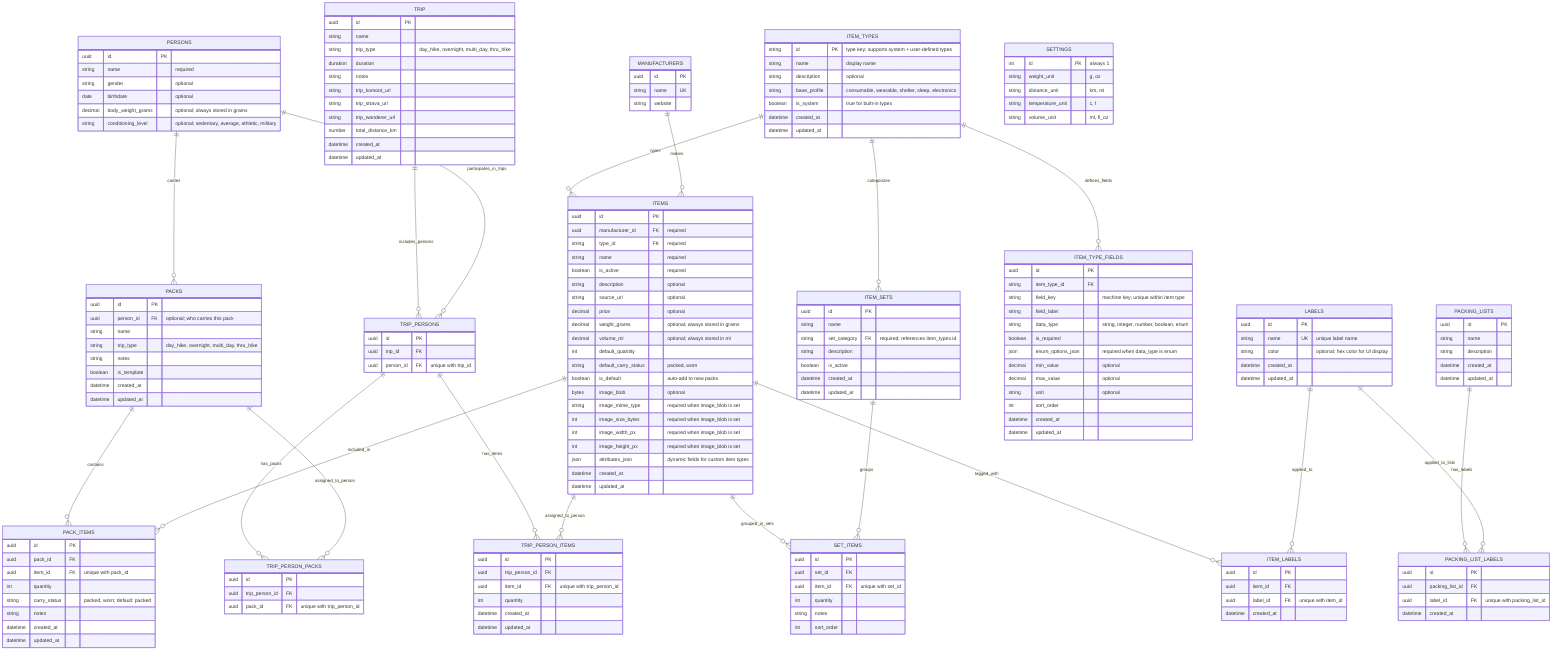
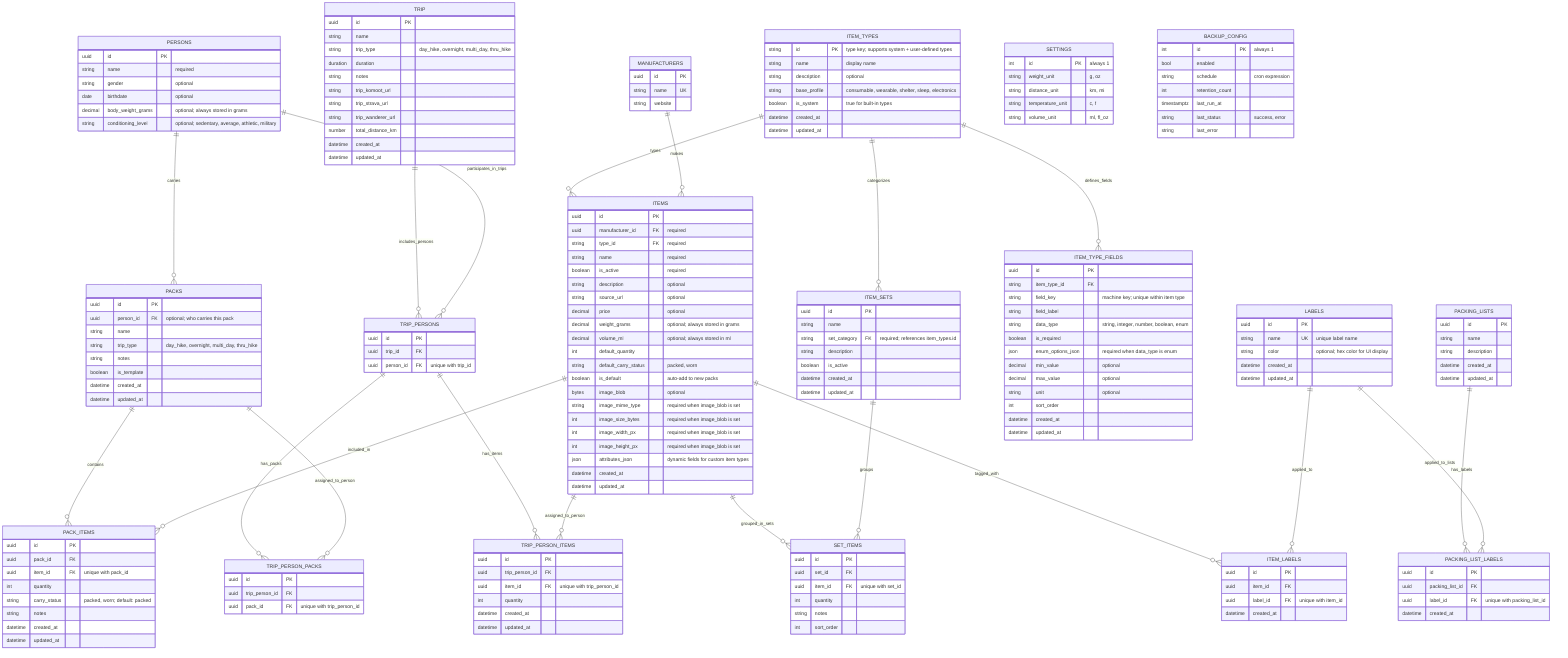

erDiagram
    PACKS ||--o{ PACK_ITEMS : contains
    PERSONS ||--o{ PACKS : carries

    ITEMS ||--o{ PACK_ITEMS : included_in
    ITEMS ||--o{ SET_ITEMS : grouped_in_sets
    ITEMS ||--o{ ITEM_LABELS : tagged_with

    LABELS ||--o{ ITEM_LABELS : applied_to

    ITEM_SETS ||--o{ SET_ITEMS : groups
    ITEM_TYPES ||--o{ ITEM_SETS : categorizes

    ITEM_TYPES ||--o{ ITEMS : types
    ITEM_TYPES ||--o{ ITEM_TYPE_FIELDS : defines_fields
    MANUFACTURERS ||--o{ ITEMS : makes

    TRIP ||--o{ TRIP_PERSONS : includes_persons
    PERSONS ||--o{ TRIP_PERSONS : participates_in_trips

    TRIP_PERSONS ||--o{ TRIP_PERSON_PACKS : has_packs
    PACKS ||--o{ TRIP_PERSON_PACKS : assigned_to_person

    TRIP_PERSONS ||--o{ TRIP_PERSON_ITEMS : has_items
    ITEMS ||--o{ TRIP_PERSON_ITEMS : assigned_to_person

    PACKING_LISTS ||--o{ PACKING_LIST_LABELS : has_labels
    LABELS ||--o{ PACKING_LIST_LABELS : applied_to_lists

    SETTINGS {
        int id PK "always 1"
        string weight_unit "g, oz"
        string distance_unit "km, mi"
        string temperature_unit "c, f"
        string volume_unit "ml, fl_oz"
+     }
+ 
+     BACKUP_CONFIG {
+         int id PK "always 1"
+         bool enabled
+         string schedule "cron expression"
+         int retention_count
+         timestamptz last_run_at
+         string last_status "success, error"
+         string last_error
    }

    PERSONS {
        uuid id PK
        string name "required"
        string gender "optional"
        date birthdate "optional"
        decimal body_weight_grams "optional; always stored in grams"
        string conditioning_level "optional; sedentary, average, athletic, military"
    }

    ITEMS {
        uuid id PK
        uuid manufacturer_id FK "required"
        string type_id FK "required"
        string name "required"
        boolean is_active "required"
        string description "optional"
        string source_url "optional"
        decimal price "optional"
        decimal weight_grams "optional; always stored in grams"
        decimal volume_ml "optional; always stored in ml"
        int default_quantity
        string default_carry_status "packed, worn"
        boolean is_default "auto-add to new packs"
        bytes image_blob "optional"
        string image_mime_type "required when image_blob is set"
        int image_size_bytes "required when image_blob is set"
        int image_width_px "required when image_blob is set"
        int image_height_px "required when image_blob is set"
        json attributes_json "dynamic fields for custom item types"
        datetime created_at
        datetime updated_at
    }

    ITEM_TYPES {
        string id PK "type key; supports system + user-defined types"
        string name "display name"
        string description "optional"
        string base_profile "consumable, wearable, shelter, sleep, electronics"
        boolean is_system "true for built-in types"
        datetime created_at
        datetime updated_at
    }

    ITEM_TYPE_FIELDS {
        uuid id PK
        string item_type_id FK
        string field_key "machine key; unique within item type"
        string field_label
        string data_type "string, integer, number, boolean, enum"
        boolean is_required
        json enum_options_json "required when data_type is enum"
        decimal min_value "optional"
        decimal max_value "optional"
        string unit "optional"
        int sort_order
        datetime created_at
        datetime updated_at
    }

    LABELS {
        uuid id PK
        string name UK "unique label name"
        string color "optional; hex color for UI display"
        datetime created_at
        datetime updated_at
    }

    ITEM_LABELS {
        uuid id PK
        uuid item_id FK
        uuid label_id FK "unique with item_id"
        datetime created_at
    }

    MANUFACTURERS {
        uuid id PK
        string name UK
        string website
    }

    ITEM_SETS {
        uuid id PK
        string name
        string set_category FK "required; references item_types.id"
        string description
        boolean is_active
        datetime created_at
        datetime updated_at
    }

    SET_ITEMS {
        uuid id PK
        uuid set_id FK
        uuid item_id FK "unique with set_id"
        int quantity
        string notes
        int sort_order
    }

    PACKS {
        uuid id PK
        uuid person_id FK "optional; who carries this pack"
        string name
        string trip_type "day_hike, overnight, multi_day, thru_hike"
        string notes
        boolean is_template
        datetime created_at
        datetime updated_at
    }

    PACK_ITEMS {
        uuid id PK
        uuid pack_id FK
        uuid item_id FK "unique with pack_id"
        int quantity
        string carry_status "packed, worn; default: packed"
        string notes
        datetime created_at
        datetime updated_at
    }

    TRIP {
        uuid id PK
        string name
        string trip_type "day_hike, overnight, multi_day, thru_hike"
        duration duration
        string notes
        string trip_komoot_url
        string trip_strava_url
        string trip_wanderer_url
        number total_distance_km
        datetime created_at
        datetime updated_at
    }

    TRIP_PERSONS {
        uuid id PK
        uuid trip_id FK
        uuid person_id FK "unique with trip_id"
    }

    TRIP_PERSON_PACKS {
        uuid id PK
        uuid trip_person_id FK
        uuid pack_id FK "unique with trip_person_id"
    }

    TRIP_PERSON_ITEMS {
        uuid id PK
        uuid trip_person_id FK
        uuid item_id FK "unique with trip_person_id"
        int quantity
        datetime created_at
        datetime updated_at
    }

    PACKING_LISTS {
        uuid id PK
        string name
        string description
        datetime created_at
        datetime updated_at
    }

    PACKING_LIST_LABELS {
        uuid id PK
        uuid packing_list_id FK
        uuid label_id FK "unique with packing_list_id"
        datetime created_at
    }